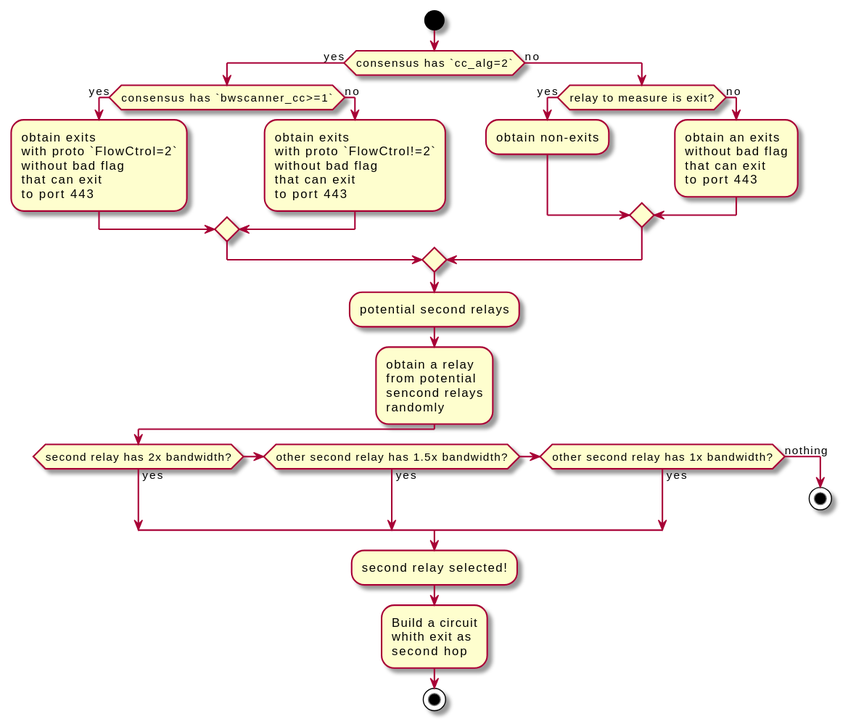
Above: docs/source/images/activity_second_relay.svg in anyone-protocol/sbws (PlantUML), before the change. Source of this version:
```plantuml
@startuml

start

if (consensus has `cc_alg=2`) then (yes)
  if (consensus has `bwscanner_cc>=1`) then (yes)
    :obtain exits
    with proto `FlowCtrol=2`
    without bad flag
    that can exit
    to port 443;
  else (no)
    :obtain exits
    with proto `FlowCtrol!=2`
    without bad flag
    that can exit
    to port 443;
  endif
else (no)
  if (relay to measure is exit?) then (yes)
    :obtain non-exits;
  else (no)
    :obtain an exits
    without bad flag
    that can exit
    to port 443;
  endif
endif
:potential second relays;
:obtain a relay
from potential
sencond relays
randomly;
if (second relay has 2x bandwidth?) then (yes)
elseif (other second relay has 1.5x bandwidth?) then (yes)
elseif (other second relay has 1x bandwidth?) then (yes)
else (nothing)
  stop
endif
:second relay selected!;
:Build a circuit
whith exit as
second hop;
stop

@enduml
```
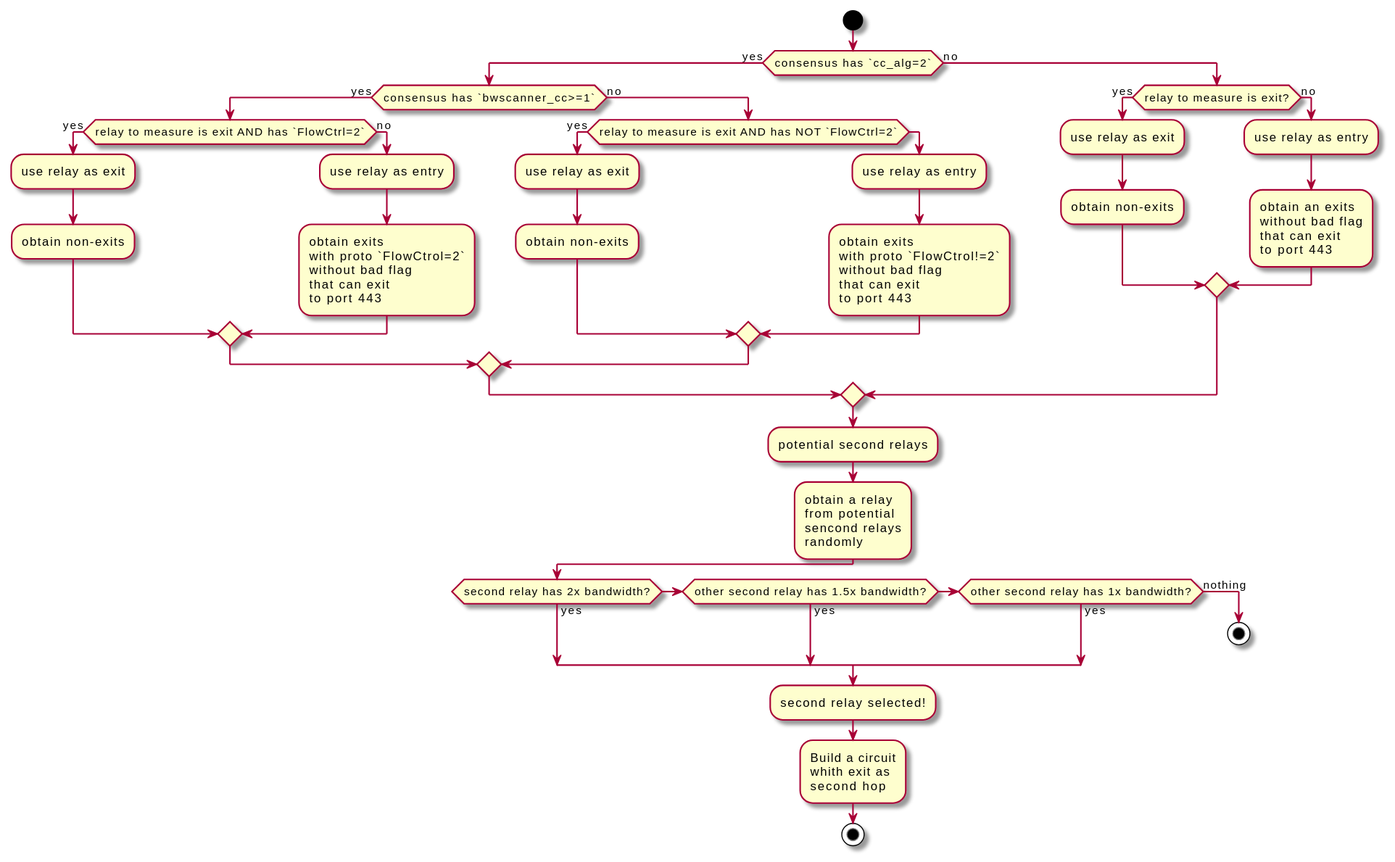
Above is the later version.

Commit message:
chg: scanner: check `bwscanner_cc` and `FlowCtrl`

before measuring an exit as exit.

Closes #40136

Diff of the diagram source:
```diff
@@ -4,28 +4,43 @@
 
 if (consensus has `cc_alg=2`) then (yes)
   if (consensus has `bwscanner_cc>=1`) then (yes)
-    :obtain exits
-    with proto `FlowCtrol=2`
-    without bad flag
-    that can exit
-    to port 443;
+    if (relay to measure is exit AND has `FlowCtrl=2`) then (yes)
+      :use relay as exit;
+      :obtain non-exits;
+    else (no)
+      :use relay as entry;
+      :obtain exits
+      with proto `FlowCtrol=2`
+      without bad flag
+      that can exit
+      to port 443;
+    endif
   else (no)
-    :obtain exits
-    with proto `FlowCtrol!=2`
-    without bad flag
-    that can exit
-    to port 443;
+    if (relay to measure is exit AND has NOT `FlowCtrl=2`) then (yes)
+      :use relay as exit;
+      :obtain non-exits;
+    else
+      :use relay as entry;
+      :obtain exits
+      with proto `FlowCtrol!=2`
+      without bad flag
+      that can exit
+      to port 443;
+    endif
   endif
 else (no)
   if (relay to measure is exit?) then (yes)
+    :use relay as exit;
     :obtain non-exits;
   else (no)
+    :use relay as entry;
     :obtain an exits
     without bad flag
     that can exit
     to port 443;
   endif
 endif
+
 :potential second relays;
 :obtain a relay
 from potential
```
